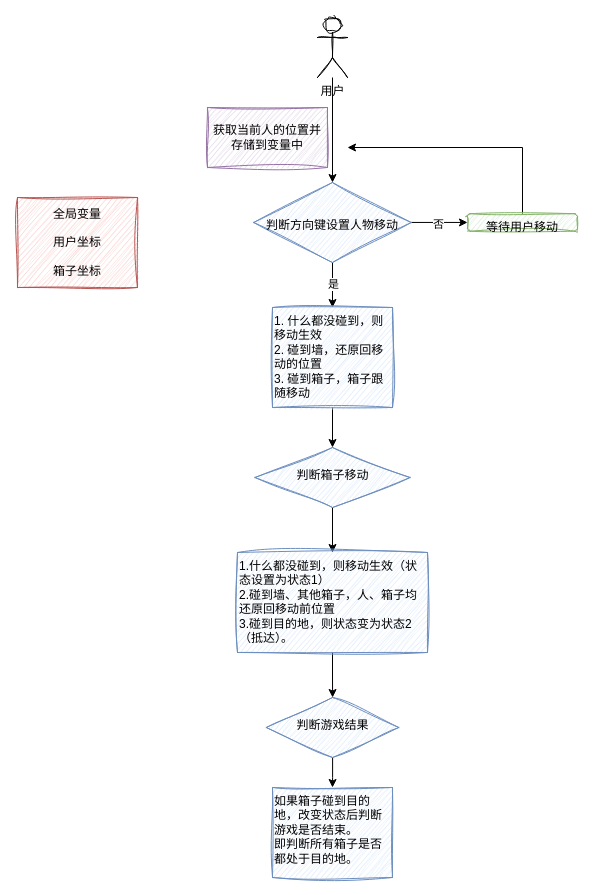
Kone-s/Diagrams keeps this draw.io diagram as 逃离仓库.drawio. Above is the earlier version. Source tidied: cells renumbered, new cells numbered last; positions are measured from the earlier drawing's top-left corner, leaving out a move shared by most shapes. Both pictures are drawn from the tidied source at 100%, with x=0, y=0 at pixel (17, 17).
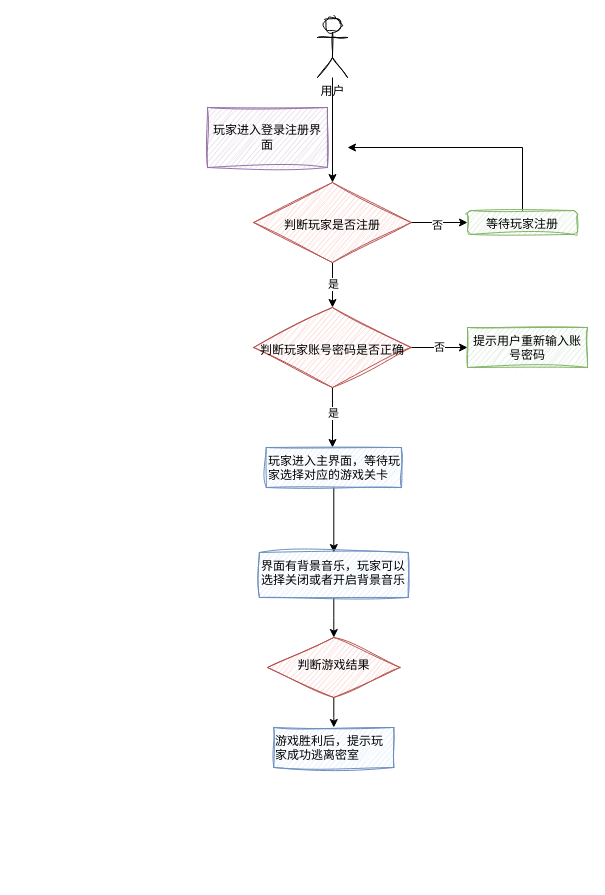
After the change.

Commit message:
更新逃离仓库.drawio

The edit, as a diff of the source:
```diff
@@
-    <mxCell id="6" style="edgeStyle=orthogonalEdgeStyle;rounded=0;jettySize=auto;html=1;" parent="1" edge="1" source="8" target="14">
-      <mxGeometry relative="1" as="geometry" />
+    <mxCell id="6" style="edgeStyle=orthogonalEdgeStyle;rounded=0;jettySize=auto;html=1;" parent="1" edge="1" source="8">
+      <mxGeometry relative="1" as="geometry">
+        <mxPoint x="315" y="290" as="targetPoint" />
+      </mxGeometry>
     </mxCell>
@@
-    <mxCell id="8" value="&lt;div&gt;&lt;/div&gt;&lt;div&gt;&lt;br&gt;&lt;/div&gt;&lt;div&gt;&lt;div&gt;&lt;br&gt;&lt;/div&gt;&lt;div&gt;&lt;span style=&quot;background-color: initial;&quot;&gt;判断方向键设置人物移动&lt;/span&gt;&lt;br&gt;&lt;/div&gt;&lt;/div&gt;" style="rhombus;whiteSpace=wrap;html=1;verticalAlign=top;fillColor=#dae8fc;strokeColor=#6c8ebf;sketch=1;curveFitting=1;jiggle=2;" parent="1" vertex="1">
+    <mxCell id="8" value="&lt;div&gt;&lt;/div&gt;&lt;div&gt;&lt;br&gt;&lt;/div&gt;&lt;div&gt;&lt;br&gt;&lt;/div&gt;&lt;div&gt;判断玩家是否注册&lt;/div&gt;" style="rhombus;whiteSpace=wrap;html=1;verticalAlign=top;fillColor=#f8cecc;strokeColor=#b85450;sketch=1;curveFitting=1;jiggle=2;" parent="1" vertex="1">
       <mxGeometry x="236.2" y="165" width="157.5" height="80" as="geometry" />
     </mxCell>
@@
-    <mxCell id="10" value="等待用户移动" style="rounded=1;whiteSpace=wrap;html=1;verticalAlign=top;sketch=1;curveFitting=1;jiggle=2;fillColor=#d5e8d4;strokeColor=#82b366;" parent="1" vertex="1">
-      <mxGeometry x="450" y="196.2" width="110" height="17.5" as="geometry" />
+    <mxCell id="10" value="等待玩家注册" style="rounded=1;whiteSpace=wrap;html=1;verticalAlign=top;sketch=1;curveFitting=1;jiggle=2;fillColor=#d5e8d4;strokeColor=#82b366;" parent="1" vertex="1">
+      <mxGeometry x="450" y="193.1" width="110" height="23.8" as="geometry" />
     </mxCell>
-    <mxCell id="11" value="全局变量&lt;div&gt;&lt;br&gt;&lt;/div&gt;&lt;div&gt;用户坐标&lt;/div&gt;&lt;div&gt;&lt;br&gt;&lt;/div&gt;&lt;div&gt;箱子坐标&lt;/div&gt;" style="rounded=0;whiteSpace=wrap;html=1;fillColor=#f8cecc;strokeColor=#b85450;sketch=1;curveFitting=1;jiggle=2;" parent="1" vertex="1">
-      <mxGeometry y="180" width="120" height="90" as="geometry" />
-    </mxCell>
-    <mxCell id="12" value="获取当前人的位置并存储到变量中" style="rounded=0;whiteSpace=wrap;html=1;sketch=1;curveFitting=1;jiggle=2;fillColor=#e1d5e7;strokeColor=#9673a6;" parent="1" vertex="1">
+    <mxCell id="12" value="玩家进入登录注册界面" style="rounded=0;whiteSpace=wrap;html=1;sketch=1;curveFitting=1;jiggle=2;fillColor=#e1d5e7;strokeColor=#9673a6;" parent="1" vertex="1">
       <mxGeometry x="190" y="90" width="120" height="60" as="geometry" />
     </mxCell>
-    <mxCell id="13" style="edgeStyle=orthogonalEdgeStyle;rounded=0;jettySize=auto;html=1;" parent="1" edge="1" source="14" target="16">
-      <mxGeometry relative="1" as="geometry" />
+    <mxCell id="13" style="edgeStyle=orthogonalEdgeStyle;rounded=0;jettySize=auto;html=1;exitX=0.5;exitY=1;exitDx=0;exitDy=0;" parent="1" edge="1" source="25">
+      <mxGeometry relative="1" as="geometry">
+        <mxPoint x="315" y="430" as="targetPoint" />
+      </mxGeometry>
     </mxCell>
-    <mxCell id="14" value="1. 什么都没碰到，则移动生效&lt;div&gt;2. 碰到墙，还原回移动的位置&lt;/div&gt;&lt;div&gt;3. 碰到箱子，箱子跟随移动&lt;/div&gt;" style="whiteSpace=wrap;html=1;verticalAlign=top;fillColor=#dae8fc;strokeColor=#6c8ebf;sketch=1;curveFitting=1;jiggle=2;align=left;" parent="1" vertex="1">
-      <mxGeometry x="255" y="290" width="120" height="100" as="geometry" />
-    </mxCell>
+    <mxCell id="22" value="是" style="edgeLabel;html=1;align=center;verticalAlign=middle;" parent="13" vertex="1">
+      <mxGeometry x="-0.13" y="1" relative="1" as="geometry" />
+    </mxCell>
-    <mxCell id="15" style="edgeStyle=orthogonalEdgeStyle;rounded=0;jettySize=auto;html=1;" parent="1" edge="1" source="16" target="18">
+    <mxCell id="15" style="edgeStyle=orthogonalEdgeStyle;rounded=0;jettySize=auto;html=1;exitX=0.5;exitY=1;exitDx=0;exitDy=0;" parent="1" edge="1" source="27" target="18">
       <mxGeometry relative="1" as="geometry" />
     </mxCell>
-    <mxCell id="16" value="&lt;div&gt;&lt;br&gt;&lt;/div&gt;判断箱子移动" style="rhombus;whiteSpace=wrap;html=1;verticalAlign=top;fillColor=#dae8fc;strokeColor=#6c8ebf;sketch=1;curveFitting=1;jiggle=2;" parent="1" vertex="1">
-      <mxGeometry x="237.5" y="430" width="155" height="60" as="geometry" />
-    </mxCell>
@@
-    <mxCell id="18" value="1.什么都没碰到，则移动生效（状态设置为状态1）&lt;div&gt;2.碰到墙、其他箱子，人、箱子均还原回移动前位置&lt;/div&gt;&lt;div&gt;3.碰到目的地，则状态变为状态2（抵达）。&lt;/div&gt;" style="whiteSpace=wrap;html=1;verticalAlign=top;fillColor=#dae8fc;strokeColor=#6c8ebf;sketch=1;curveFitting=1;jiggle=2;align=left;" parent="1" vertex="1">
-      <mxGeometry x="220" y="535" width="190" height="100" as="geometry" />
+    <mxCell id="18" value="界面有背景音乐，玩家可以选择关闭或者开启背景音乐" style="whiteSpace=wrap;html=1;verticalAlign=top;fillColor=#dae8fc;strokeColor=#6c8ebf;sketch=1;curveFitting=1;jiggle=2;align=left;" parent="1" vertex="1">
+      <mxGeometry x="241.9" y="535" width="148.8" height="45" as="geometry" />
     </mxCell>
@@
-    <mxCell id="20" value="&lt;div&gt;&lt;br&gt;&lt;/div&gt;判断游戏结果" style="rhombus;whiteSpace=wrap;html=1;align=center;verticalAlign=top;fillColor=#dae8fc;strokeColor=#6c8ebf;sketch=1;curveFitting=1;jiggle=2;" parent="1" vertex="1">
-      <mxGeometry x="248.8" y="680" width="132.5" height="60" as="geometry" />
+    <mxCell id="20" value="&lt;div&gt;&lt;br&gt;&lt;/div&gt;判断游戏结果" style="rhombus;whiteSpace=wrap;html=1;align=center;verticalAlign=top;fillColor=#f8cecc;strokeColor=#b85450;sketch=1;curveFitting=1;jiggle=2;" parent="1" vertex="1">
+      <mxGeometry x="250" y="620" width="132.5" height="60" as="geometry" />
     </mxCell>
-    <mxCell id="21" value="如果箱子碰到目的地，改变状态后判断游戏是否结束。&lt;div&gt;即判断所有箱子是否都处于目的地。&lt;/div&gt;" style="whiteSpace=wrap;html=1;verticalAlign=top;fillColor=#dae8fc;strokeColor=#6c8ebf;sketch=1;curveFitting=1;jiggle=2;align=left;" parent="1" vertex="1">
-      <mxGeometry x="255" y="770" width="120" height="90" as="geometry" />
+    <mxCell id="21" value="游戏胜利后，提示玩家成功逃离密室" style="whiteSpace=wrap;html=1;verticalAlign=top;fillColor=#dae8fc;strokeColor=#6c8ebf;sketch=1;curveFitting=1;jiggle=2;align=left;" parent="1" vertex="1">
+      <mxGeometry x="256.3" y="710" width="120" height="40" as="geometry" />
     </mxCell>
+    <mxCell id="23" style="edgeStyle=orthogonalEdgeStyle;rounded=0;jettySize=auto;html=1;" parent="1" edge="1" source="25" target="26">
+      <mxGeometry relative="1" as="geometry" />
+    </mxCell>
+    <mxCell id="24" value="否" style="edgeLabel;html=1;align=center;verticalAlign=middle;" parent="23" vertex="1">
+      <mxGeometry y="1" relative="1" as="geometry" />
+    </mxCell>
+    <mxCell id="25" value="&lt;div&gt;&lt;/div&gt;&lt;div&gt;&lt;br&gt;&lt;/div&gt;&lt;div&gt;&lt;br&gt;&lt;/div&gt;&lt;div&gt;判断玩家账号密码是否正确&lt;/div&gt;" style="rhombus;whiteSpace=wrap;html=1;verticalAlign=top;fillColor=#f8cecc;strokeColor=#b85450;sketch=1;curveFitting=1;jiggle=2;" parent="1" vertex="1">
+      <mxGeometry x="236.2" y="290" width="157.5" height="80" as="geometry" />
+    </mxCell>
+    <mxCell id="26" value="提示用户重新输入账号密码" style="whiteSpace=wrap;html=1;verticalAlign=top;fillColor=#d5e8d4;strokeColor=#82b366;sketch=1;curveFitting=1;jiggle=2;" parent="1" vertex="1">
+      <mxGeometry x="450" y="310" width="120" height="40" as="geometry" />
+    </mxCell>
+    <mxCell id="27" value="&lt;div&gt;&lt;span style=&quot;background-color: initial;&quot;&gt;玩家进入主界面，等待玩家选择对应的游戏关卡&lt;/span&gt;&lt;br&gt;&lt;/div&gt;" style="whiteSpace=wrap;html=1;verticalAlign=top;fillColor=#dae8fc;strokeColor=#6c8ebf;sketch=1;curveFitting=1;jiggle=2;align=left;" parent="1" vertex="1">
+      <mxGeometry x="248.8" y="430" width="135" height="40" as="geometry" />
+    </mxCell>
```
